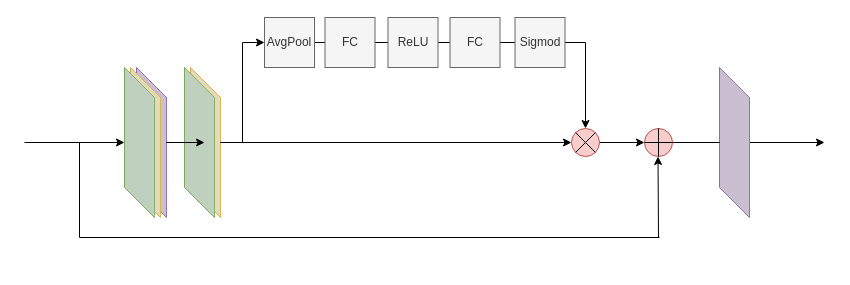
This is SeResBlock.drawio from foreverfruit/drawio_, a draw.io file, before an edit. Source tidied: cells renumbered, new cells numbered last; positions are measured from the earlier drawing's top-left corner, leaving out a move shared by most shapes. Both pictures are drawn from the tidied source at 100%, with x=0, y=0 at pixel (24, 17).
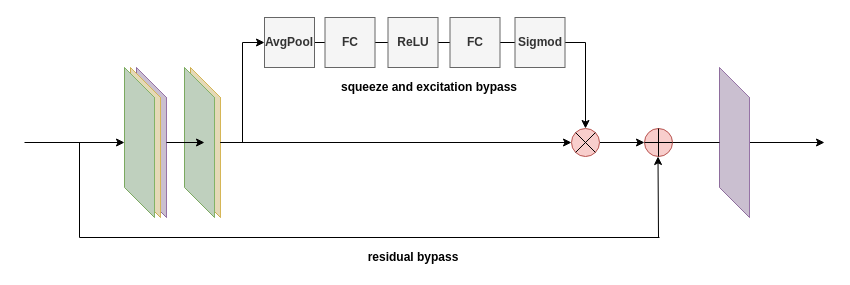
The same page after the edit.

The edit, as a diff of the source:
```diff
@@
-    <mxCell id="21" value="AvgPool" style="whiteSpace=wrap;html=1;fillColor=#f5f5f5;strokeColor=#666666;fontColor=#333333;" parent="1" vertex="1">
+    <mxCell id="21" value="AvgPool" style="whiteSpace=wrap;html=1;fillColor=#f5f5f5;strokeColor=#666666;fontColor=#333333;fontStyle=1;" parent="1" vertex="1">
       <mxGeometry x="240" width="50" height="50" as="geometry" />
     </mxCell>
@@
-    <mxCell id="23" value="FC" style="whiteSpace=wrap;html=1;fillColor=#f5f5f5;strokeColor=#666666;fontColor=#333333;" parent="1" vertex="1">
+    <mxCell id="23" value="FC" style="whiteSpace=wrap;html=1;fillColor=#f5f5f5;strokeColor=#666666;fontColor=#333333;fontStyle=1;" parent="1" vertex="1">
       <mxGeometry x="300.5" width="50" height="50" as="geometry" />
     </mxCell>
@@
-    <mxCell id="25" value="ReLU" style="whiteSpace=wrap;html=1;fillColor=#f5f5f5;strokeColor=#666666;fontColor=#333333;" parent="1" vertex="1">
+    <mxCell id="25" value="ReLU" style="whiteSpace=wrap;html=1;fillColor=#f5f5f5;strokeColor=#666666;fontColor=#333333;fontStyle=1;" parent="1" vertex="1">
       <mxGeometry x="363.5" width="50" height="50" as="geometry" />
     </mxCell>
@@
-    <mxCell id="27" value="FC" style="whiteSpace=wrap;html=1;fillColor=#f5f5f5;strokeColor=#666666;fontColor=#333333;" parent="1" vertex="1">
+    <mxCell id="27" value="FC" style="whiteSpace=wrap;html=1;fillColor=#f5f5f5;strokeColor=#666666;fontColor=#333333;fontStyle=1;" parent="1" vertex="1">
       <mxGeometry x="425.5" width="50" height="50" as="geometry" />
     </mxCell>
-    <mxCell id="28" value="Sigmod" style="whiteSpace=wrap;html=1;fillColor=#f5f5f5;strokeColor=#666666;fontColor=#333333;" parent="1" vertex="1">
+    <mxCell id="28" value="Sigmod" style="whiteSpace=wrap;html=1;fillColor=#f5f5f5;strokeColor=#666666;fontColor=#333333;fontStyle=1;" parent="1" vertex="1">
       <mxGeometry x="490.5" width="50" height="50" as="geometry" />
     </mxCell>
@@
+    <mxCell id="35" value="&lt;b&gt;residual bypass&lt;/b&gt;" style="text;html=1;strokeColor=none;fillColor=none;align=center;verticalAlign=middle;whiteSpace=wrap;rounded=0;" parent="1" vertex="1">
+      <mxGeometry x="333.5" y="230" width="110" height="20" as="geometry" />
+    </mxCell>
+    <mxCell id="36" value="&lt;b&gt;squeeze and&amp;nbsp;excitation bypass&lt;/b&gt;" style="text;html=1;strokeColor=none;fillColor=none;align=center;verticalAlign=middle;whiteSpace=wrap;rounded=0;" parent="1" vertex="1">
+      <mxGeometry x="310" y="60" width="190" height="20" as="geometry" />
+    </mxCell>
```
